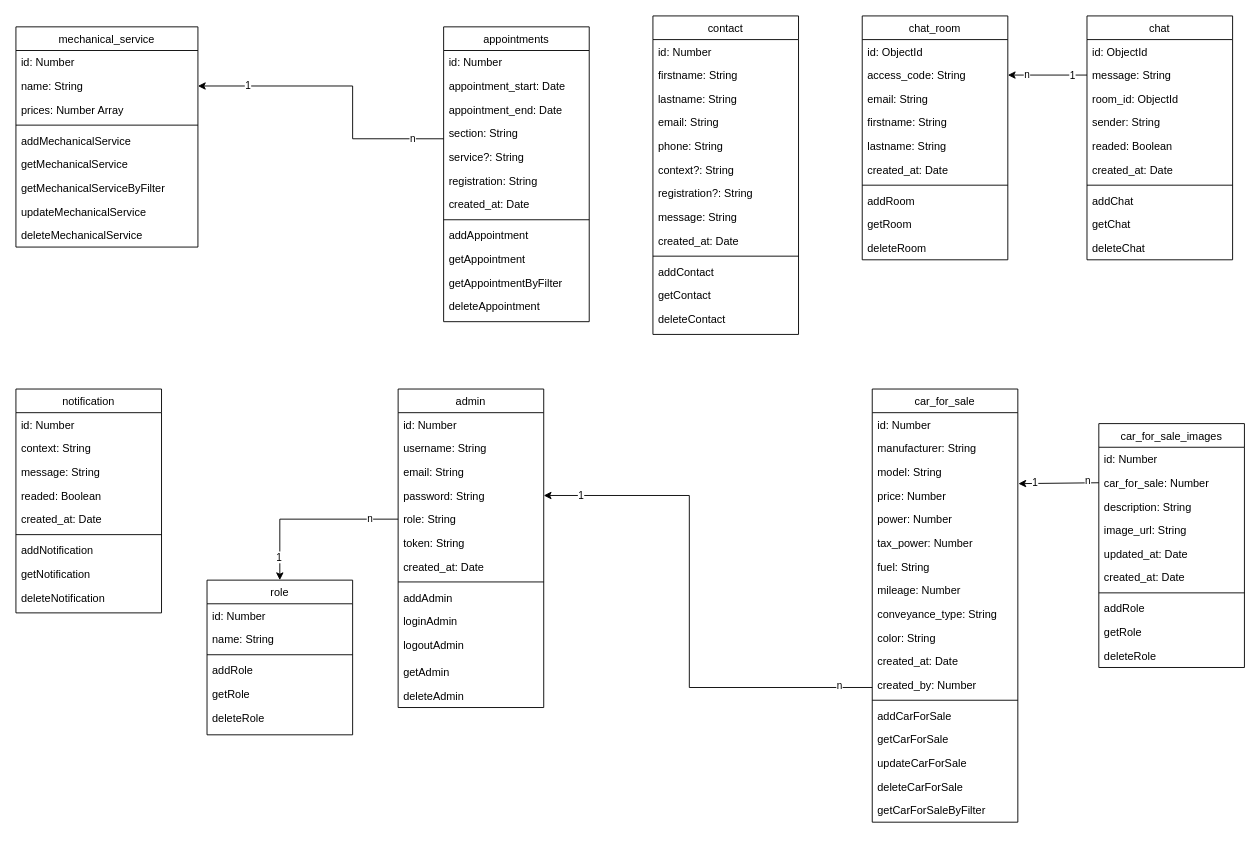
nsevendev/hephaistos keeps this draw.io diagram as documentation/hephaistos-MCD.drawio. Above is the earlier version. Source tidied: cells renumbered, new cells numbered last; positions are measured from the earlier drawing's top-left corner, leaving out a move shared by most shapes. Both pictures are drawn from the tidied source at 91%, with x=0, y=0 at pixel (15, 15).
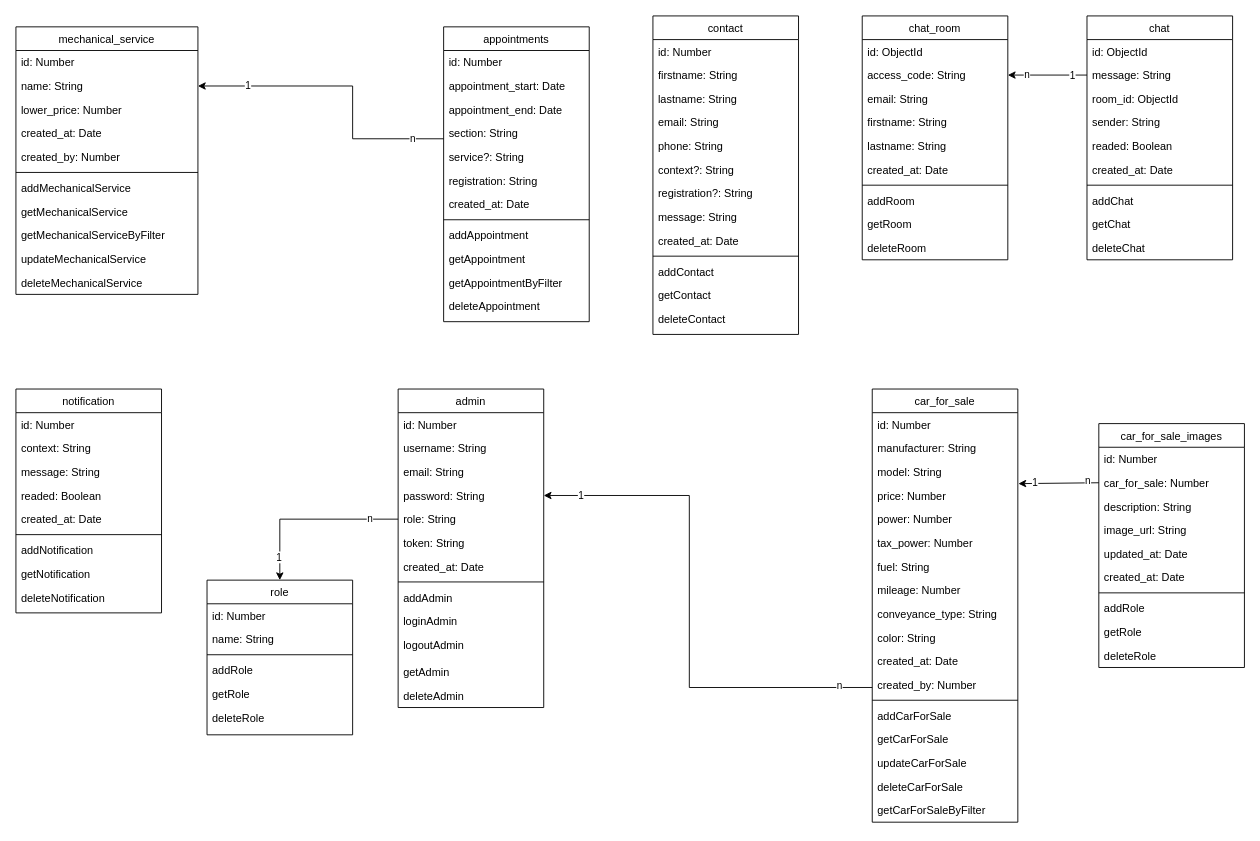
Above is the later version.

Commit message:
modification schema mechanical_service

The edit, as a diff of the source:
```diff
@@
     <mxCell id="2" value="mechanical_service" style="swimlane;fontStyle=0;align=center;verticalAlign=top;horizontal=1;startSize=26;rounded=0;shadow=0;strokeWidth=1;" parent="1" vertex="1">
-      <mxGeometry y="12" width="200" height="242" as="geometry" />
+      <mxGeometry y="12" width="200" height="294" as="geometry" />
     </mxCell>
@@
-    <mxCell id="5" value="prices: Number Array" style="text;align=left;verticalAlign=top;spacingLeft=4;spacingRight=4;overflow=hidden;rounded=0;shadow=0;html=0;" parent="2" vertex="1">
+    <mxCell id="5" value="lower_price: Number" style="text;align=left;verticalAlign=top;spacingLeft=4;spacingRight=4;overflow=hidden;rounded=0;shadow=0;html=0;" parent="2" vertex="1">
       <mxGeometry y="78" width="200" height="26" as="geometry" />
     </mxCell>
+    <mxCell id="137" value="created_at: Date" style="text;align=left;verticalAlign=top;spacingLeft=4;spacingRight=4;overflow=hidden;" parent="2" vertex="1">
+      <mxGeometry y="104" width="200" height="26" as="geometry" />
+    </mxCell>
+    <mxCell id="138" value="created_by: Number" style="text;align=left;verticalAlign=top;spacingLeft=4;spacingRight=4;overflow=hidden;" parent="2" vertex="1">
+      <mxGeometry y="130" width="200" height="26" as="geometry" />
+    </mxCell>
     <mxCell id="6" style="line;html=1;strokeWidth=1;align=left;verticalAlign=middle;spacingTop=-1;spacingLeft=3;spacingRight=3;labelPosition=right;" parent="2" vertex="1">
-      <mxGeometry y="104" width="200" height="8" as="geometry" />
+      <mxGeometry y="156" width="200" height="8" as="geometry" />
     </mxCell>
     <mxCell id="7" value="addMechanicalService" style="text;align=left;verticalAlign=top;spacingLeft=4;spacingRight=4;overflow=hidden;" parent="2" vertex="1">
-      <mxGeometry y="112" width="200" height="26" as="geometry" />
+      <mxGeometry y="164" width="200" height="26" as="geometry" />
     </mxCell>
     <mxCell id="8" value="getMechanicalService" style="text;align=left;verticalAlign=top;spacingLeft=4;spacingRight=4;overflow=hidden;" parent="2" vertex="1">
-      <mxGeometry y="138" width="200" height="26" as="geometry" />
+      <mxGeometry y="190" width="200" height="26" as="geometry" />
     </mxCell>
     <mxCell id="9" value="getMechanicalServiceByFilter" style="text;align=left;verticalAlign=top;spacingLeft=4;spacingRight=4;overflow=hidden;" parent="2" vertex="1">
-      <mxGeometry y="164" width="200" height="26" as="geometry" />
+      <mxGeometry y="216" width="200" height="26" as="geometry" />
     </mxCell>
     <mxCell id="10" value="updateMechanicalService" style="text;align=left;verticalAlign=top;spacingLeft=4;spacingRight=4;overflow=hidden;" parent="2" vertex="1">
-      <mxGeometry y="190" width="200" height="26" as="geometry" />
+      <mxGeometry y="242" width="200" height="26" as="geometry" />
     </mxCell>
     <mxCell id="11" value="deleteMechanicalService" style="text;align=left;verticalAlign=top;spacingLeft=4;spacingRight=4;overflow=hidden;" parent="2" vertex="1">
-      <mxGeometry y="216" width="200" height="26" as="geometry" />
+      <mxGeometry y="268" width="200" height="26" as="geometry" />
     </mxCell>
```
